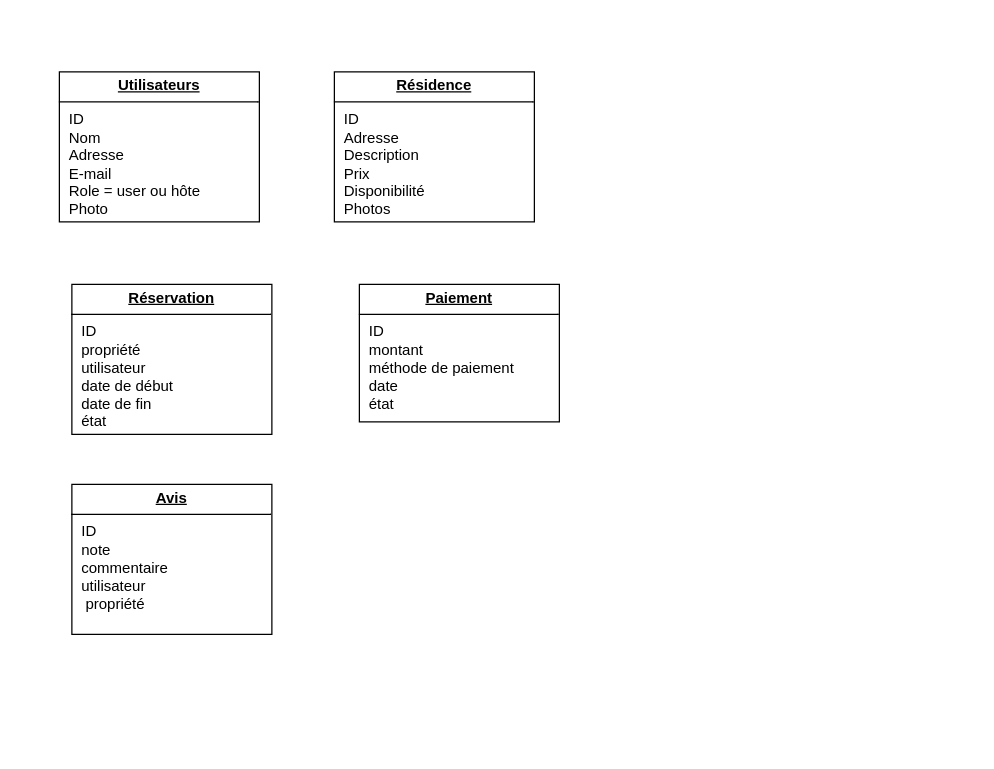
Earlier version of the draw.io diagram Diagramme sans nom.drawio (SamS-G/airBnSam). Source tidied: cells renumbered, new cells numbered last; positions are measured from the earlier drawing's top-left corner, leaving out a move shared by most shapes. Both pictures are drawn from the tidied source at 125%, with x=0, y=0 at pixel (59, 71).
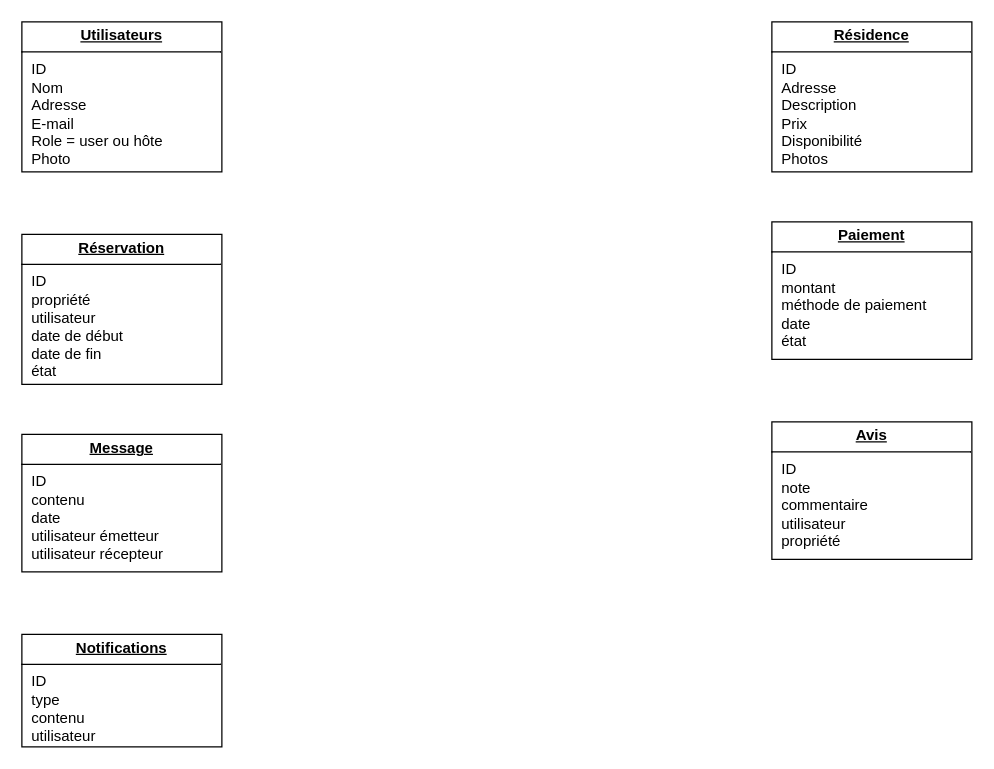
The same diagram, later.

Commit message (it also covers changes not shown here):
Mettre à jour Diagramme sans nom.drawio

Diff of the diagram source:
```diff
@@
 <mxGraphModel>
   <root>
     <mxCell id="0" />
     <mxCell id="1" parent="0" />
     <mxCell id="2" value="&lt;p style=&quot;margin:0px;margin-top:4px;text-align:center;text-decoration:underline;&quot;&gt;&lt;b&gt;Résidence&lt;/b&gt;&lt;/p&gt;&lt;hr size=&quot;1&quot; style=&quot;border-style:solid;&quot;&gt;&lt;p style=&quot;margin:0px;margin-left:8px;&quot;&gt;ID&lt;br&gt;Adresse&lt;br&gt;Description&lt;/p&gt;&lt;p style=&quot;margin:0px;margin-left:8px;&quot;&gt;Prix&lt;/p&gt;&lt;p style=&quot;margin:0px;margin-left:8px;&quot;&gt;Disponibilité&lt;/p&gt;&lt;p style=&quot;margin:0px;margin-left:8px;&quot;&gt;Photos&lt;/p&gt;" style="verticalAlign=top;align=left;overflow=fill;html=1;whiteSpace=wrap;" parent="1" vertex="1">
-      <mxGeometry x="220" width="160" height="120" as="geometry" />
+      <mxGeometry x="570" y="-40" width="160" height="120" as="geometry" />
     </mxCell>
     <mxCell id="3" value="&lt;p style=&quot;margin:0px;margin-top:4px;text-align:center;text-decoration:underline;&quot;&gt;&lt;b&gt;Utilisateurs&lt;/b&gt;&lt;/p&gt;&lt;hr size=&quot;1&quot; style=&quot;border-style:solid;&quot;&gt;&lt;p style=&quot;margin:0px;margin-left:8px;&quot;&gt;ID&lt;/p&gt;&lt;p style=&quot;margin:0px;margin-left:8px;&quot;&gt;Nom&lt;br&gt;Adresse&lt;/p&gt;&lt;p style=&quot;margin:0px;margin-left:8px;&quot;&gt;E-mail&lt;br&gt;Role = user ou hôte&lt;/p&gt;&lt;p style=&quot;margin:0px;margin-left:8px;&quot;&gt;Photo&lt;/p&gt;" style="verticalAlign=top;align=left;overflow=fill;html=1;whiteSpace=wrap;" parent="1" vertex="1">
-      <mxGeometry width="160" height="120" as="geometry" />
+      <mxGeometry x="-30" y="-40" width="160" height="120" as="geometry" />
     </mxCell>
     <mxCell id="4" value="&lt;p style=&quot;margin:0px;margin-top:4px;text-align:center;text-decoration:underline;&quot;&gt;&lt;b&gt;Réservation&lt;/b&gt;&lt;/p&gt;&lt;hr size=&quot;1&quot; style=&quot;border-style:solid;&quot;&gt;&lt;p style=&quot;margin:0px;margin-left:8px;&quot;&gt;ID&lt;/p&gt;&lt;p style=&quot;margin:0px;margin-left:8px;&quot;&gt;propriété&lt;/p&gt;&lt;p style=&quot;margin:0px;margin-left:8px;&quot;&gt;utilisateur&lt;/p&gt;&lt;p style=&quot;margin:0px;margin-left:8px;&quot;&gt;date de début&lt;/p&gt;&lt;p style=&quot;margin:0px;margin-left:8px;&quot;&gt;date de fin&lt;/p&gt;&lt;p style=&quot;margin:0px;margin-left:8px;&quot;&gt;état&lt;br&gt;&lt;br&gt;&lt;/p&gt;&lt;p style=&quot;margin:0px;margin-left:8px;&quot;&gt;&lt;br&gt;&lt;/p&gt;&lt;p style=&quot;margin:0px;margin-left:8px;&quot;&gt;&lt;br&gt;&lt;/p&gt;&lt;p style=&quot;margin:0px;margin-left:8px;&quot;&gt;&lt;br&gt;&lt;/p&gt;" style="verticalAlign=top;align=left;overflow=fill;html=1;whiteSpace=wrap;" parent="1" vertex="1">
-      <mxGeometry x="10" y="170" width="160" height="120" as="geometry" />
+      <mxGeometry x="-30" y="130" width="160" height="120" as="geometry" />
     </mxCell>
     <mxCell id="5" value="&lt;p style=&quot;margin:0px;margin-top:4px;text-align:center;text-decoration:underline;&quot;&gt;&lt;b&gt;Paiement&lt;/b&gt;&lt;/p&gt;&lt;hr size=&quot;1&quot; style=&quot;border-style:solid;&quot;&gt;&lt;p style=&quot;margin:0px;margin-left:8px;&quot;&gt;&lt;span style=&quot;background-color: initial;&quot;&gt;ID&lt;/span&gt;&lt;/p&gt;&lt;p style=&quot;margin:0px;margin-left:8px;&quot;&gt;&lt;span style=&quot;background-color: initial;&quot;&gt;montant&lt;/span&gt;&lt;/p&gt;&lt;p style=&quot;margin:0px;margin-left:8px;&quot;&gt;&lt;span style=&quot;background-color: initial;&quot;&gt;méthode de paiement&lt;/span&gt;&lt;/p&gt;&lt;p style=&quot;margin:0px;margin-left:8px;&quot;&gt;&lt;span style=&quot;background-color: initial;&quot;&gt;date&lt;/span&gt;&lt;/p&gt;&lt;p style=&quot;margin:0px;margin-left:8px;&quot;&gt;&lt;span style=&quot;background-color: initial;&quot;&gt;état&lt;/span&gt;&lt;/p&gt;&lt;p style=&quot;margin:0px;margin-left:8px;&quot;&gt;&lt;br&gt;&lt;/p&gt;&lt;p style=&quot;margin:0px;margin-left:8px;&quot;&gt;&lt;br&gt;&lt;/p&gt;&lt;p style=&quot;margin:0px;margin-left:8px;&quot;&gt;&lt;br&gt;&lt;/p&gt;" style="verticalAlign=top;align=left;overflow=fill;html=1;whiteSpace=wrap;" parent="1" vertex="1">
-      <mxGeometry x="240" y="170" width="160" height="110" as="geometry" />
+      <mxGeometry x="570" y="120" width="160" height="110" as="geometry" />
     </mxCell>
-    <mxCell id="6" value="&lt;p style=&quot;margin:0px;margin-top:4px;text-align:center;text-decoration:underline;&quot;&gt;&lt;b&gt;Avis&lt;/b&gt;&lt;/p&gt;&lt;hr size=&quot;1&quot; style=&quot;border-style:solid;&quot;&gt;&lt;p style=&quot;margin:0px;margin-left:8px;&quot;&gt;&lt;/p&gt;&lt;p style=&quot;margin:0px;margin-left:8px;&quot;&gt;&lt;span style=&quot;background-color: initial;&quot;&gt;ID&lt;/span&gt;&lt;/p&gt;&lt;p style=&quot;margin:0px;margin-left:8px;&quot;&gt;&lt;span style=&quot;background-color: initial;&quot;&gt;note&lt;/span&gt;&lt;/p&gt;&lt;p style=&quot;margin:0px;margin-left:8px;&quot;&gt;&lt;span style=&quot;background-color: initial;&quot;&gt;commentaire&lt;/span&gt;&lt;/p&gt;&lt;p style=&quot;margin:0px;margin-left:8px;&quot;&gt;&lt;span style=&quot;background-color: initial;&quot;&gt;utilisateur&lt;/span&gt;&lt;/p&gt;&lt;p style=&quot;margin:0px;margin-left:8px;&quot;&gt;&lt;span style=&quot;background-color: initial;&quot;&gt;&amp;nbsp;propriété&lt;/span&gt;&lt;/p&gt;&lt;p style=&quot;margin:0px;margin-left:8px;&quot;&gt;&lt;br&gt;&lt;/p&gt;" style="verticalAlign=top;align=left;overflow=fill;html=1;whiteSpace=wrap;" parent="1" vertex="1">
-      <mxGeometry x="10" y="330" width="160" height="120" as="geometry" />
+    <mxCell id="6" value="&lt;p style=&quot;margin:0px;margin-top:4px;text-align:center;text-decoration:underline;&quot;&gt;&lt;b&gt;Avis&lt;/b&gt;&lt;/p&gt;&lt;hr size=&quot;1&quot; style=&quot;border-style:solid;&quot;&gt;&lt;p style=&quot;margin:0px;margin-left:8px;&quot;&gt;&lt;span style=&quot;background-color: initial;&quot;&gt;ID&lt;/span&gt;&lt;/p&gt;&lt;p style=&quot;margin:0px;margin-left:8px;&quot;&gt;note&lt;/p&gt;&lt;p style=&quot;margin:0px;margin-left:8px;&quot;&gt;commentaire&lt;/p&gt;&lt;p style=&quot;margin:0px;margin-left:8px;&quot;&gt;utilisateur&lt;/p&gt;&lt;p style=&quot;margin:0px;margin-left:8px;&quot;&gt;propriété&lt;/p&gt;&lt;p style=&quot;margin:0px;margin-left:8px;&quot;&gt;&lt;br&gt;&lt;/p&gt;&lt;p style=&quot;margin:0px;margin-left:8px;&quot;&gt;&lt;br&gt;&lt;/p&gt;&lt;p style=&quot;margin:0px;margin-left:8px;&quot;&gt;&lt;br&gt;&lt;/p&gt;" style="verticalAlign=top;align=left;overflow=fill;html=1;whiteSpace=wrap;" parent="1" vertex="1">
+      <mxGeometry x="570" y="280" width="160" height="110" as="geometry" />
     </mxCell>
+    <mxCell id="7" value="&lt;p style=&quot;margin:0px;margin-top:4px;text-align:center;text-decoration:underline;&quot;&gt;&lt;b&gt;Message&lt;/b&gt;&lt;/p&gt;&lt;hr size=&quot;1&quot; style=&quot;border-style:solid;&quot;&gt;&lt;p style=&quot;margin:0px;margin-left:8px;&quot;&gt;&lt;span style=&quot;background-color: initial;&quot;&gt;ID&lt;/span&gt;&lt;/p&gt;&lt;p style=&quot;margin:0px;margin-left:8px;&quot;&gt;contenu&lt;/p&gt;&lt;p style=&quot;margin:0px;margin-left:8px;&quot;&gt;date&lt;/p&gt;&lt;p style=&quot;margin:0px;margin-left:8px;&quot;&gt;utilisateur émetteur utilisateur récepteur&lt;br&gt;&lt;/p&gt;&lt;p style=&quot;margin:0px;margin-left:8px;&quot;&gt;&lt;br&gt;&lt;/p&gt;&lt;p style=&quot;margin:0px;margin-left:8px;&quot;&gt;&lt;br&gt;&lt;/p&gt;&lt;p style=&quot;margin:0px;margin-left:8px;&quot;&gt;&lt;br&gt;&lt;/p&gt;" style="verticalAlign=top;align=left;overflow=fill;html=1;whiteSpace=wrap;" parent="1" vertex="1">
+      <mxGeometry x="-30" y="290" width="160" height="110" as="geometry" />
+    </mxCell>
+    <mxCell id="8" value="&lt;p style=&quot;margin:0px;margin-top:4px;text-align:center;text-decoration:underline;&quot;&gt;&lt;b&gt;Notifications&lt;/b&gt;&lt;/p&gt;&lt;hr size=&quot;1&quot; style=&quot;border-style:solid;&quot;&gt;&lt;p style=&quot;margin:0px;margin-left:8px;&quot;&gt;&lt;span style=&quot;background-color: initial;&quot;&gt;ID&lt;/span&gt;&lt;/p&gt;&lt;p style=&quot;margin:0px;margin-left:8px;&quot;&gt;type&lt;/p&gt;&lt;p style=&quot;margin:0px;margin-left:8px;&quot;&gt;contenu&lt;/p&gt;&lt;p style=&quot;margin:0px;margin-left:8px;&quot;&gt;utilisateur&lt;/p&gt;&lt;p style=&quot;margin:0px;margin-left:8px;&quot;&gt;&lt;br&gt;&lt;/p&gt;&lt;p style=&quot;margin:0px;margin-left:8px;&quot;&gt;&lt;br&gt;&lt;/p&gt;&lt;p style=&quot;margin:0px;margin-left:8px;&quot;&gt;&lt;br&gt;&lt;/p&gt;" style="verticalAlign=top;align=left;overflow=fill;html=1;whiteSpace=wrap;" parent="1" vertex="1">
+      <mxGeometry x="-30" y="450" width="160" height="90" as="geometry" />
+    </mxCell>
   </root>
 </mxGraphModel>
```
